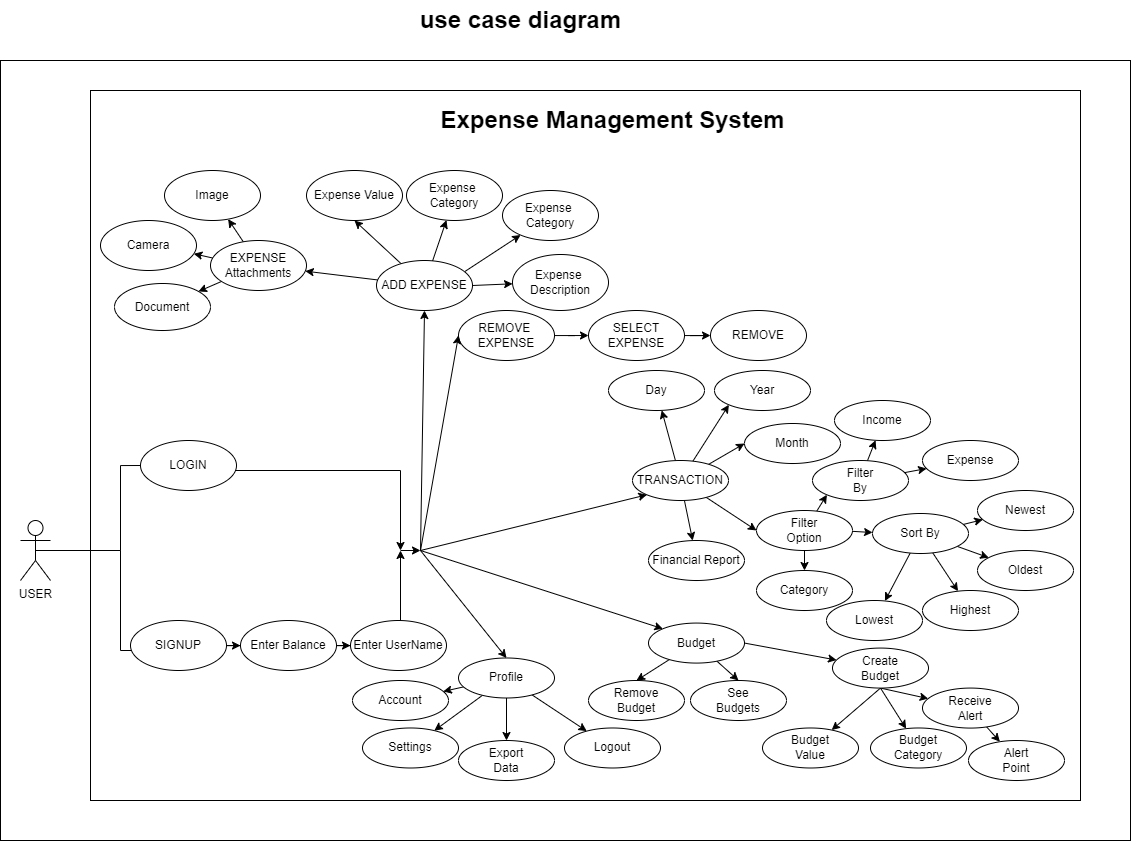
Before: Diagrams/bachat.drawio.png, a diagram exported from draw.io (atharvagangrade10/Draw.io). Source tidied: cells renumbered, new cells last; positions are measured from the earlier drawing's top-left corner, leaving out a move shared by most shapes.
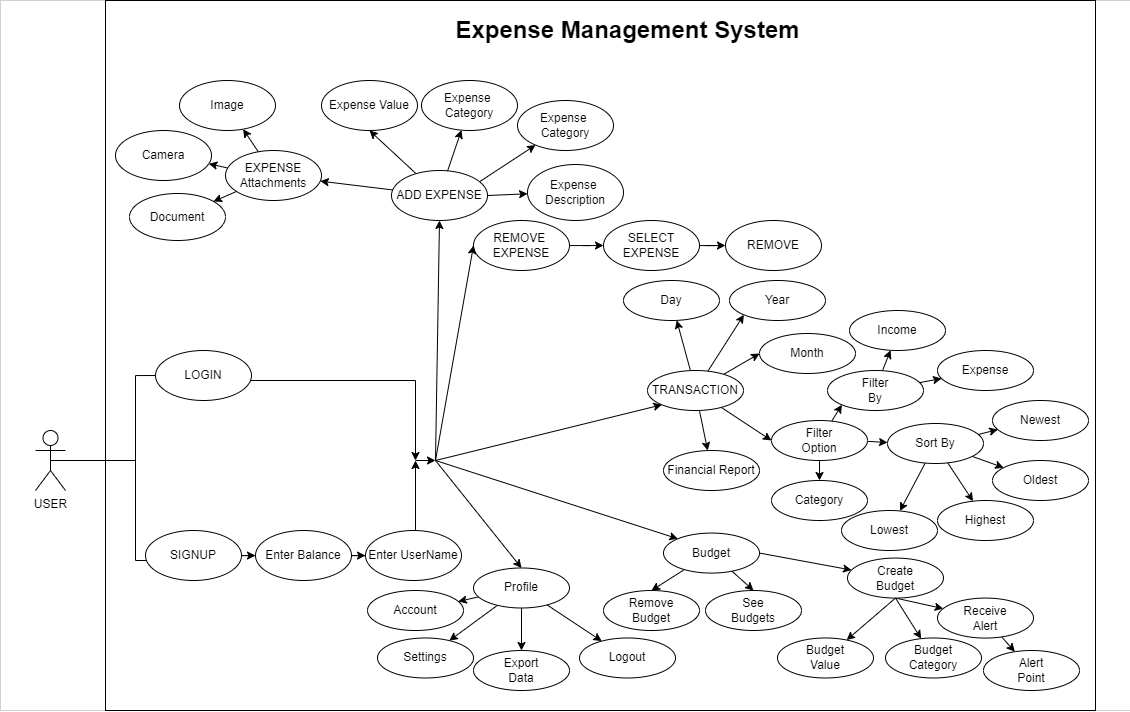
After the change.

Diff of the diagram source:
```diff
@@ -2,8 +2,8 @@
   <root>
     <mxCell id="0" />
     <mxCell id="1" parent="0" />
-    <mxCell id="2" style="rounded=0;whiteSpace=wrap;html=1;" parent="1" vertex="1">
-      <mxGeometry y="60" width="1130" height="780" as="geometry" />
+    <mxCell id="2" style="rounded=0;whiteSpace=wrap;html=1;fillColor=none;strokeWidth=0;" parent="1" vertex="1">
+      <mxGeometry x="-15" y="90" width="1130" height="710" as="geometry" />
     </mxCell>
     <mxCell id="3" style="edgeStyle=orthogonalEdgeStyle;rounded=0;jettySize=auto;html=1;entryX=0;entryY=0.5;entryDx=0;entryDy=0;endArrow=none;endFill=0;" parent="1" edge="1" target="18">
       <mxGeometry relative="1" as="geometry">
@@ -46,9 +46,6 @@
     <mxCell id="15" value="Expense Value" style="ellipse;whiteSpace=wrap;html=1;" parent="1" vertex="1">
       <mxGeometry x="306" y="170" width="96" height="50" as="geometry" />
     </mxCell>
-    <mxCell id="16" value="use case diagram" style="text;strokeColor=none;fillColor=none;html=1;fontSize=24;fontStyle=1;verticalAlign=middle;align=center;" parent="1" vertex="1">
-      <mxGeometry x="470" width="100" height="40" as="geometry" />
-    </mxCell>
     <mxCell id="17" style="edgeStyle=orthogonalEdgeStyle;rounded=0;orthogonalLoop=1;jettySize=auto;html=1;endArrow=classic;endFill=1;" parent="1" edge="1">
       <mxGeometry relative="1" as="geometry">
         <mxPoint x="234" y="470" as="sourcePoint" />
```
